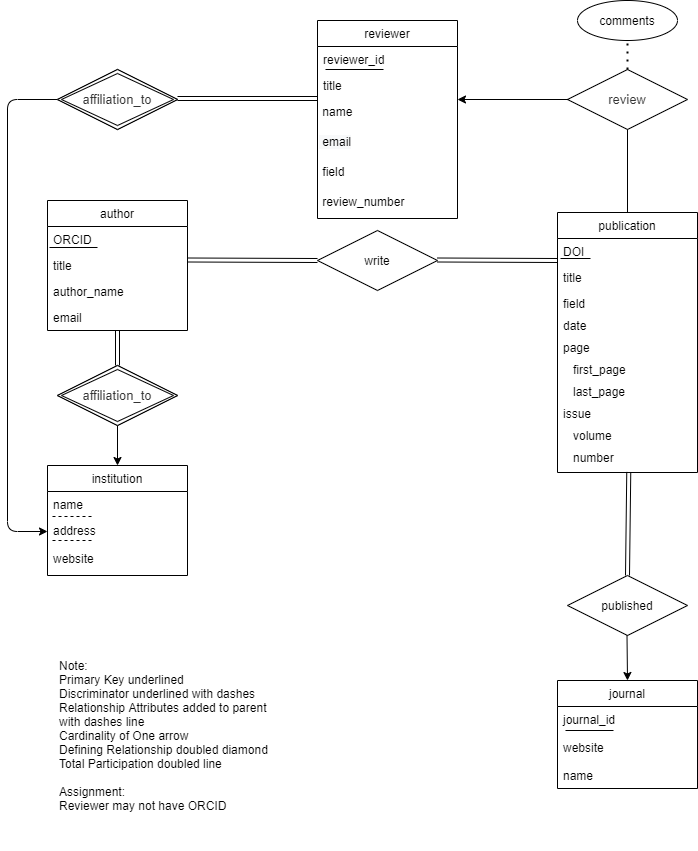
Above: Untitled Diagram.png in impulseoy/learnGit (draw.io), before the change. Source tidied: cells renumbered, new cells last; positions are measured from the earlier drawing's top-left corner, leaving out a move shared by most shapes.
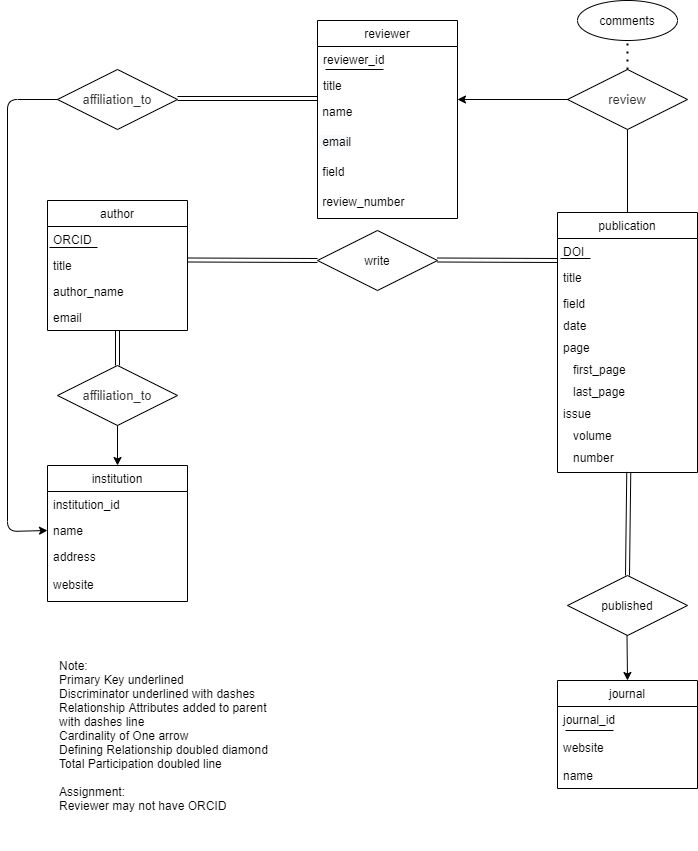
After the change.

Change to the diagram source:
```diff
@@ -90,28 +90,19 @@
       <mxGeometry y="82" width="140" height="26" as="geometry" />
     </mxCell>
     <mxCell id="27" value="institution" style="swimlane;fontStyle=0;horizontal=1;startSize=26;fillColor=none;" parent="1" vertex="1">
-      <mxGeometry x="40" y="465" width="140" height="110" as="geometry" />
+      <mxGeometry x="40" y="465" width="140" height="136" as="geometry" />
     </mxCell>
+    <mxCell id="59" value="institution_id" style="text;strokeColor=none;fillColor=none;align=left;verticalAlign=top;spacingLeft=4;spacingRight=4;overflow=hidden;" parent="27" vertex="1">
+      <mxGeometry y="26" width="140" height="26" as="geometry" />
+    </mxCell>
     <mxCell id="28" value="name" style="text;strokeColor=none;fillColor=none;align=left;verticalAlign=top;spacingLeft=4;spacingRight=4;overflow=hidden;points=[[0,0.5],[1,0.5]];portConstraint=eastwest;" parent="27" vertex="1">
-      <mxGeometry y="26" width="140" height="26" as="geometry" />
+      <mxGeometry y="52" width="140" height="26" as="geometry" />
     </mxCell>
-    <mxCell id="29" style="endArrow=none;dashed=1;html=1;" parent="27" edge="1">
-      <mxGeometry relative="1" as="geometry">
-        <mxPoint x="5" y="51" as="sourcePoint" />
-        <mxPoint x="45" y="51" as="targetPoint" />
-      </mxGeometry>
-    </mxCell>
     <mxCell id="30" value="address" style="text;strokeColor=none;fillColor=none;align=left;verticalAlign=top;spacingLeft=4;spacingRight=4;overflow=hidden;points=[[0,0.5],[1,0.5]];portConstraint=eastwest;" parent="27" vertex="1">
-      <mxGeometry y="52" width="140" height="28" as="geometry" />
+      <mxGeometry y="78" width="140" height="28" as="geometry" />
     </mxCell>
-    <mxCell id="31" style="endArrow=none;dashed=1;html=1;" parent="27" edge="1">
-      <mxGeometry relative="1" as="geometry">
-        <mxPoint x="5" y="75" as="sourcePoint" />
-        <mxPoint x="45" y="75" as="targetPoint" />
-      </mxGeometry>
-    </mxCell>
     <mxCell id="32" value="website" style="text;strokeColor=none;fillColor=none;align=left;verticalAlign=top;spacingLeft=4;spacingRight=4;overflow=hidden;" parent="27" vertex="1">
-      <mxGeometry y="80" width="140" height="30" as="geometry" />
+      <mxGeometry y="106" width="140" height="30" as="geometry" />
     </mxCell>
     <mxCell id="33" value="reviewer" style="swimlane;fontStyle=0;horizontal=1;startSize=26;fillColor=none;" parent="1" vertex="1">
       <mxGeometry x="310" y="20" width="140" height="198" as="geometry" />
@@ -161,7 +152,7 @@
     <mxCell id="46" value="&lt;span style=&quot;color: rgb(51 , 51 , 51) ; font-family: &amp;#34;arial&amp;#34; , sans-serif ; font-size: 13px ; background-color: rgb(255 , 255 , 255)&quot;&gt;affiliation_to&lt;/span&gt;" style="shape=rhombus;perimeter=rhombusPerimeter;whiteSpace=wrap;html=1;align=center;" parent="1" vertex="1">
       <mxGeometry x="50" y="69" width="120" height="60" as="geometry" />
     </mxCell>
-    <mxCell id="47" style="endArrow=classic;html=1;exitX=0;exitY=0.5;exitDx=0;exitDy=0;entryX=0;entryY=0.5;entryDx=0;entryDy=0;" parent="1" edge="1" source="46" target="30">
+    <mxCell id="47" style="endArrow=classic;html=1;exitX=0;exitY=0.5;exitDx=0;exitDy=0;entryX=0;entryY=0.5;entryDx=0;entryDy=0;" parent="1" edge="1" source="46" target="28">
       <mxGeometry relative="1" as="geometry">
         <Array as="points">
           <mxPoint y="99" />
@@ -183,12 +174,6 @@
         <mxPoint x="620" y="129" as="targetPoint" />
       </mxGeometry>
     </mxCell>
-    <mxCell id="51" value="&lt;span style=&quot;color: rgb(51 , 51 , 51) ; font-family: &amp;#34;arial&amp;#34; , sans-serif ; font-size: 13px ; background-color: rgb(255 , 255 , 255)&quot;&gt;affiliation_to&lt;/span&gt;" style="shape=rhombus;double=1;perimeter=rhombusPerimeter;whiteSpace=wrap;html=1;align=center;" parent="1" vertex="1">
-      <mxGeometry x="50" y="365" width="120" height="60" as="geometry" />
-    </mxCell>
-    <mxCell id="52" value="&lt;span style=&quot;color: rgb(51 , 51 , 51) ; font-family: &amp;#34;arial&amp;#34; , sans-serif ; font-size: 13px ; background-color: rgb(255 , 255 , 255)&quot;&gt;affiliation_to&lt;/span&gt;" style="shape=rhombus;double=1;perimeter=rhombusPerimeter;whiteSpace=wrap;html=1;align=center;" parent="1" vertex="1">
-      <mxGeometry x="50" y="69" width="120" height="60" as="geometry" />
-    </mxCell>
     <mxCell id="53" value="Note:&lt;br&gt;Primary Key underlined&lt;br&gt;Discriminator underlined with dashes&lt;br&gt;Relationship Attributes added to parent with dashes line&lt;br&gt;Cardinality of One arrow&lt;br&gt;Defining Relationship doubled diamond&lt;br&gt;Total Participation doubled line&lt;br&gt;&lt;br&gt;Assignment:&lt;br&gt;Reviewer may not have ORCID&lt;br&gt;" style="text;html=1;strokeColor=none;fillColor=none;align=left;verticalAlign=middle;whiteSpace=wrap;rounded=0;" parent="1" vertex="1">
       <mxGeometry x="50" y="620" width="230" height="230" as="geometry" />
     </mxCell>
@@ -210,10 +195,10 @@
         <mxPoint x="170" y="98" as="sourcePoint" />
       </mxGeometry>
     </mxCell>
-    <mxCell id="58" style="shape=link;html=1;rounded=0;" parent="1" edge="1" source="51">
-      <mxGeometry relative="1" as="geometry">
-        <mxPoint x="110" y="330" as="targetPoint" />
-      </mxGeometry>
-    </mxCell>
+    <mxCell id="60" style="shape=link;html=1;rounded=0;entryX=0.5;entryY=0;entryDx=0;entryDy=0;" parent="1" edge="1" target="43">
+      <mxGeometry relative="1" as="geometry">
+        <mxPoint x="110" y="330" as="sourcePoint" />
+      </mxGeometry>
+    </mxCell>
   </root>
 </mxGraphModel>
```
